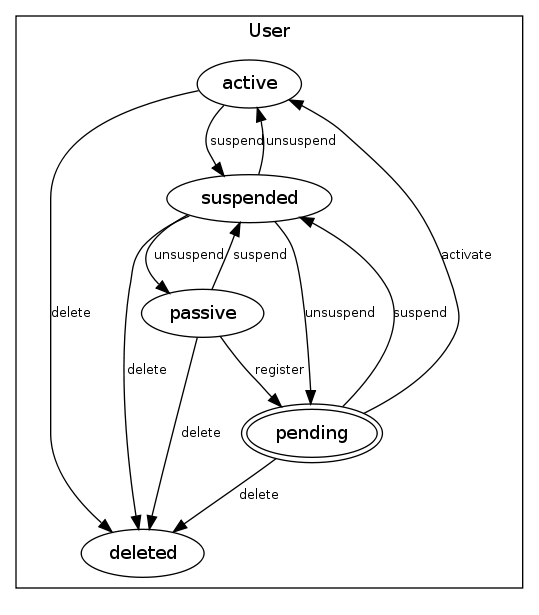
Above: doc/state.png in AnthonyDiGirolamo/dms (Graphviz), before the change. Its source is kept beside it as doc/state.dot. Its diagram source:
```dot
digraph models_diagram {
	graph[overlap=false, splines=true]
subgraph cluster_user {
	label = "User"
	user_active [label=active ];
  user_pending [label=pending , peripheries = 2];
  user_suspended [label=suspended ];
  user_deleted [label=deleted ];
  user_passive [label=passive ];}	"user_passive" -> "user_pending" [label="register", fontsize=10]
	"user_passive" -> "user_deleted" [label="delete", fontsize=10]
	"user_pending" -> "user_deleted" [label="delete", fontsize=10]
	"user_active" -> "user_deleted" [label="delete", fontsize=10]
	"user_suspended" -> "user_deleted" [label="delete", fontsize=10]
	"user_passive" -> "user_suspended" [label="suspend", fontsize=10]
	"user_pending" -> "user_suspended" [label="suspend", fontsize=10]
	"user_active" -> "user_suspended" [label="suspend", fontsize=10]
	"user_pending" -> "user_active" [label="activate", fontsize=10]
	"user_suspended" -> "user_active" [label="unsuspend", fontsize=10]
	"user_suspended" -> "user_pending" [label="unsuspend", fontsize=10]
	"user_suspended" -> "user_passive" [label="unsuspend", fontsize=10]
}
```
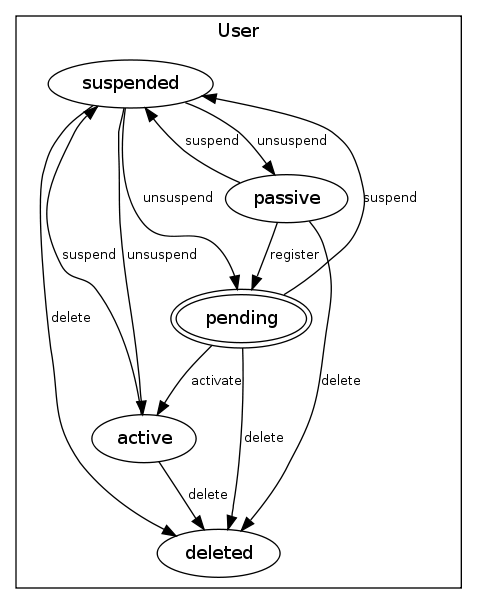
The same diagram one commit later.

Commit message:
Added script to update class diagrams

What changed in the source:
```diff
@@ -2,11 +2,12 @@
 	graph[overlap=false, splines=true]
 subgraph cluster_user {
 	label = "User"
-	user_active [label=active ];
+	user_suspended [label=suspended ];
+  user_deleted [label=deleted ];
+  user_active [label=active ];
   user_pending [label=pending , peripheries = 2];
-  user_suspended [label=suspended ];
-  user_deleted [label=deleted ];
   user_passive [label=passive ];}	"user_passive" -> "user_pending" [label="register", fontsize=10]
+	"user_pending" -> "user_active" [label="activate", fontsize=10]
 	"user_passive" -> "user_deleted" [label="delete", fontsize=10]
 	"user_pending" -> "user_deleted" [label="delete", fontsize=10]
 	"user_active" -> "user_deleted" [label="delete", fontsize=10]
@@ -14,7 +15,6 @@
 	"user_passive" -> "user_suspended" [label="suspend", fontsize=10]
 	"user_pending" -> "user_suspended" [label="suspend", fontsize=10]
 	"user_active" -> "user_suspended" [label="suspend", fontsize=10]
-	"user_pending" -> "user_active" [label="activate", fontsize=10]
 	"user_suspended" -> "user_active" [label="unsuspend", fontsize=10]
 	"user_suspended" -> "user_pending" [label="unsuspend", fontsize=10]
 	"user_suspended" -> "user_passive" [label="unsuspend", fontsize=10]
```
